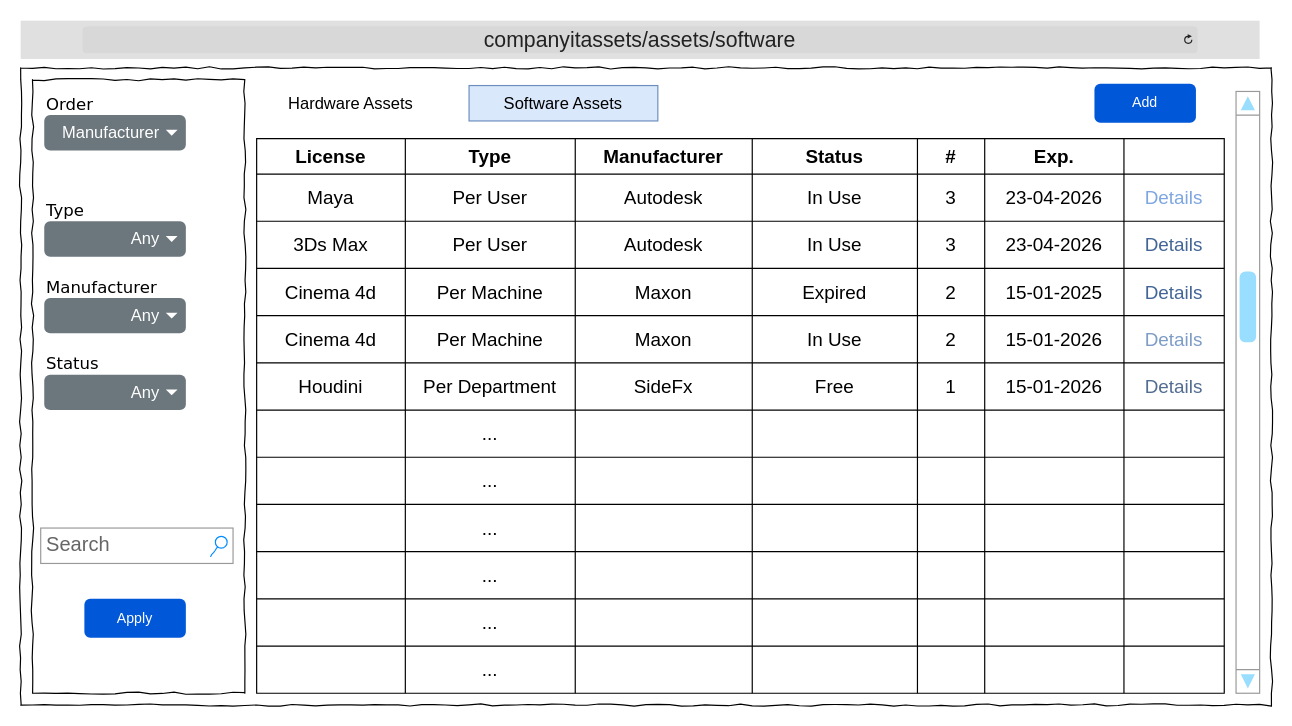
Before: Wireframes/ITAT_SWAssets_Index.drawio in TRed91/ITAssetTracking, a draw.io diagram. Source tidied: cells renumbered, new cells numbered last; positions are measured from the earlier drawing's top-left corner, leaving out a move shared by most shapes. Both pictures are drawn from the tidied source at 118%, with x=0, y=0 at pixel (20, 20).
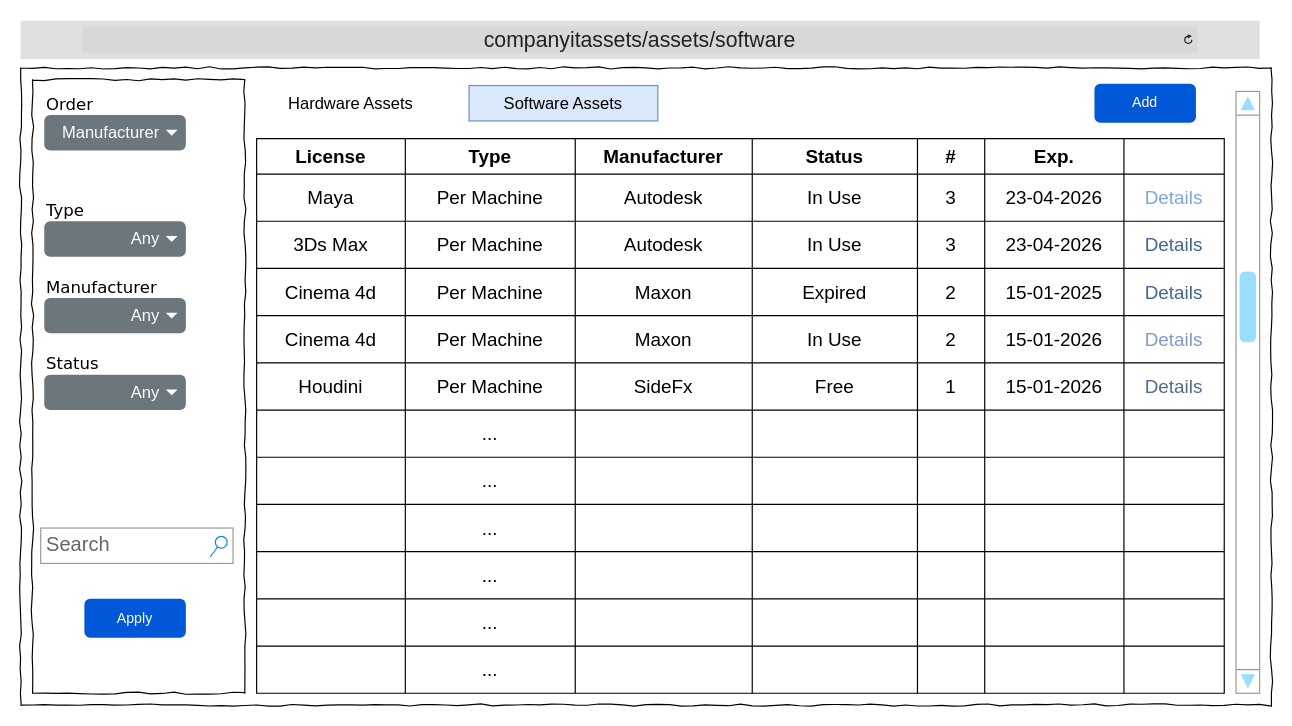
The same diagram, later.

The change refers to these unchanged cells:
```xml
<mxCell id="14" style="shape=tableRow;horizontal=0;startSize=0;swimlaneHead=0;swimlaneBody=0;strokeColor=inherit;top=0;left=0;bottom=0;right=0;fillColor=none;fontSize=16;" parent="5" vertex="1">
  <mxGeometry y="30" width="820" height="40" as="geometry" />
</mxCell>
<mxCell id="22" style="shape=tableRow;horizontal=0;startSize=0;swimlaneHead=0;swimlaneBody=0;strokeColor=inherit;top=0;left=0;bottom=0;right=0;fillColor=none;fontSize=16;" parent="5" vertex="1">
  <mxGeometry y="70" width="820" height="40" as="geometry" />
</mxCell>
<mxCell id="46" style="shape=tableRow;horizontal=0;startSize=0;swimlaneHead=0;swimlaneBody=0;strokeColor=inherit;top=0;left=0;bottom=0;right=0;fillColor=none;fontSize=16;" parent="5" vertex="1">
  <mxGeometry y="190" width="820" height="40" as="geometry" />
</mxCell>
```

What changed in the source:
```diff
@@
-    <mxCell id="16" value="Per User" style="shape=partialRectangle;html=1;whiteSpace=wrap;strokeColor=inherit;overflow=hidden;fillColor=none;top=0;left=0;bottom=0;right=0;fontSize=16;" parent="14" vertex="1">
+    <mxCell id="16" value="Per Machine" style="shape=partialRectangle;html=1;whiteSpace=wrap;strokeColor=inherit;overflow=hidden;fillColor=none;top=0;left=0;bottom=0;right=0;fontSize=16;" parent="14" vertex="1">
       <mxGeometry x="126" width="144" height="40" as="geometry" />
     </mxCell>
@@
-    <mxCell id="24" value="Per User" style="shape=partialRectangle;html=1;whiteSpace=wrap;strokeColor=inherit;overflow=hidden;fillColor=none;top=0;left=0;bottom=0;right=0;fontSize=16;" parent="22" vertex="1">
+    <mxCell id="24" value="Per Machine" style="shape=partialRectangle;html=1;whiteSpace=wrap;strokeColor=inherit;overflow=hidden;fillColor=none;top=0;left=0;bottom=0;right=0;fontSize=16;" parent="22" vertex="1">
       <mxGeometry x="126" width="144" height="40" as="geometry" />
     </mxCell>
@@
-    <mxCell id="48" value="Per Department" style="shape=partialRectangle;html=1;whiteSpace=wrap;strokeColor=inherit;overflow=hidden;fillColor=none;top=0;left=0;bottom=0;right=0;fontSize=16;" parent="46" vertex="1">
+    <mxCell id="48" value="Per Machine" style="shape=partialRectangle;html=1;whiteSpace=wrap;strokeColor=inherit;overflow=hidden;fillColor=none;top=0;left=0;bottom=0;right=0;fontSize=16;" parent="46" vertex="1">
       <mxGeometry x="126" width="144" height="40" as="geometry" />
     </mxCell>
```
